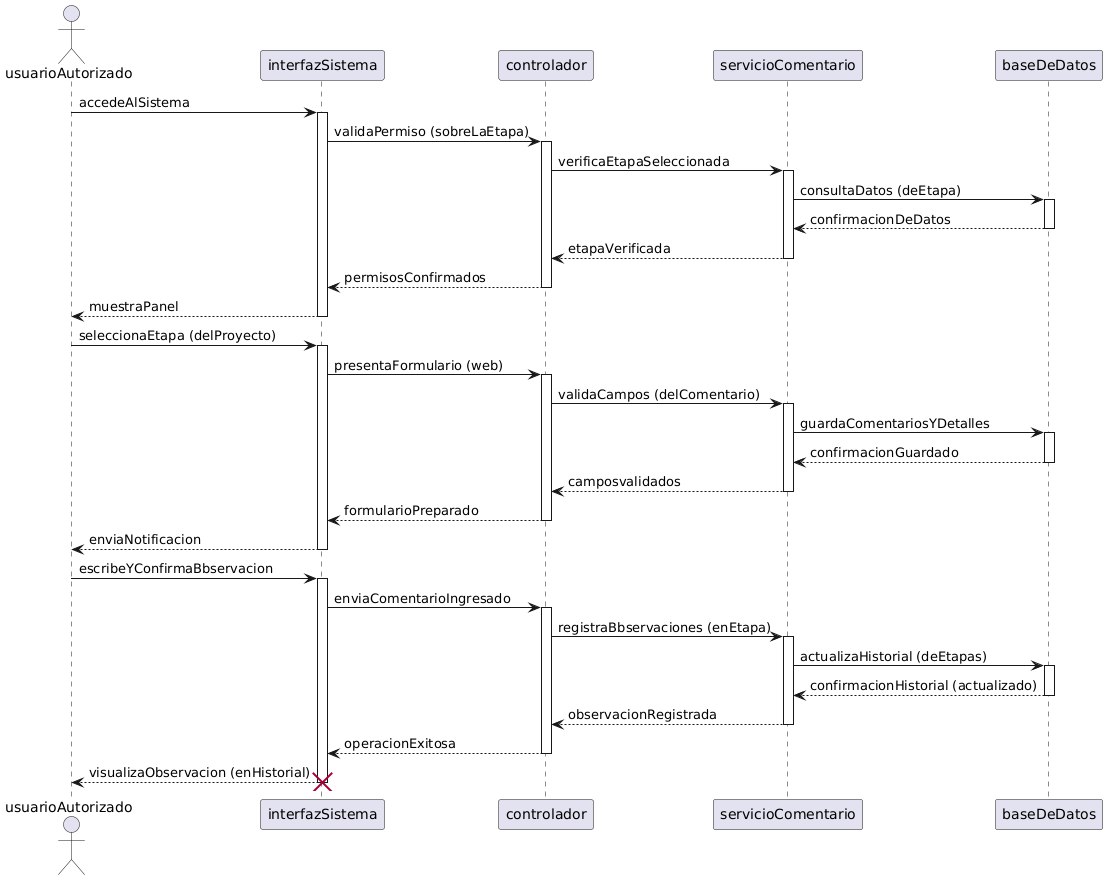
This is diagramas/05-diagramas-secuencia/05-secuencia-agregar-observaciones-agregado-exitoso-de-observaciones-03.png from 9919-Mili/SistemaProductoraVideos, a PlantUML export, as it was before one commit.
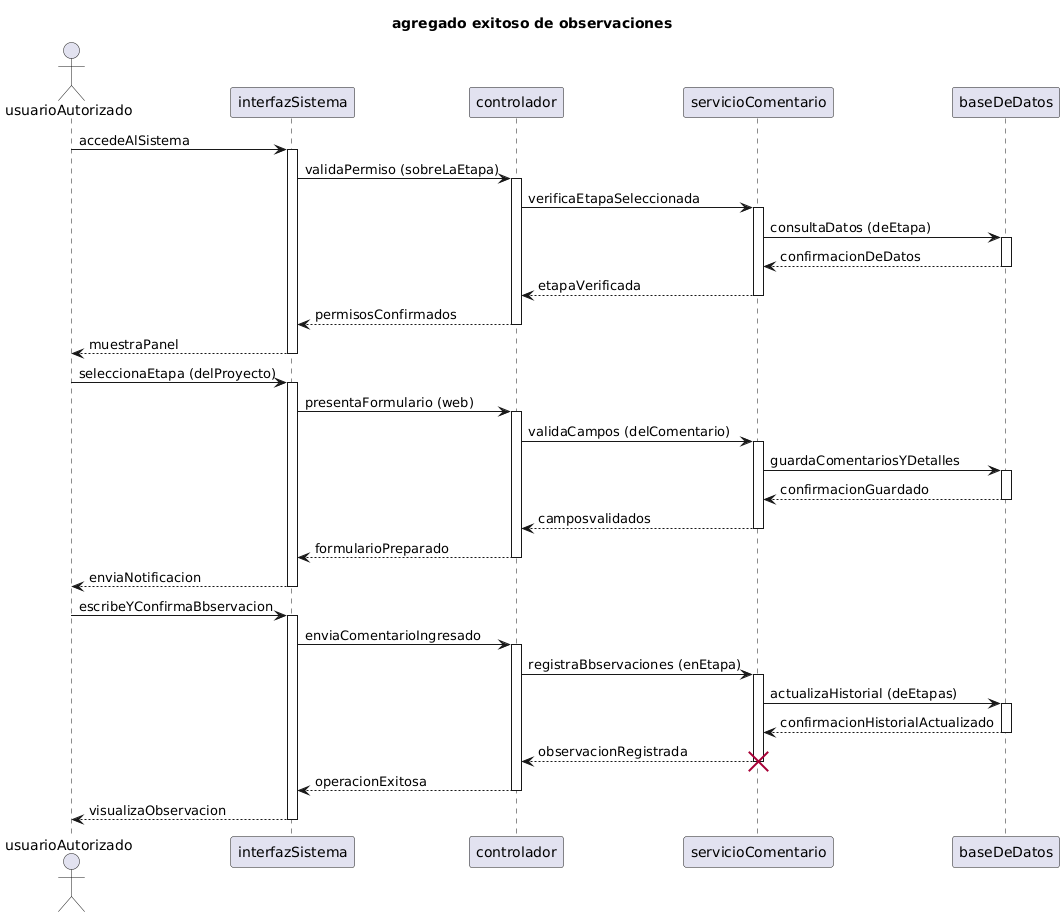
After the change.

What changed in the source:
```diff
@@ -1,9 +1,11 @@
 @startuml
+title agregado exitoso de observaciones
+
 actor usuarioAutorizado
-participant interfazSistema
-participant controlador
-participant servicioComentario
-participant baseDeDatos
+participant interfazSistema as interfazSistema
+participant controlador as controlador
+participant servicioComentario as servicioComentario
+participant baseDeDatos as baseDeDatos
 
 usuarioAutorizado -> interfazSistema: accedeAlSistema
 activate interfazSistema
@@ -47,14 +49,13 @@
 activate servicioComentario
 servicioComentario -> baseDeDatos: actualizaHistorial (deEtapas)
 activate baseDeDatos
-baseDeDatos --> servicioComentario: confirmacionHistorial (actualizado)
+baseDeDatos --> servicioComentario: confirmacionHistorialActualizado
 deactivate baseDeDatos
 servicioComentario --> controlador: observacionRegistrada
 deactivate servicioComentario
+destroy servicioComentario
 controlador --> interfazSistema: operacionExitosa
 deactivate controlador
-interfazSistema --> usuarioAutorizado: visualizaObservacion (enHistorial)
+interfazSistema --> usuarioAutorizado: visualizaObservacion
 deactivate interfazSistema
-
-destroy interfazSistema
 @enduml
```
